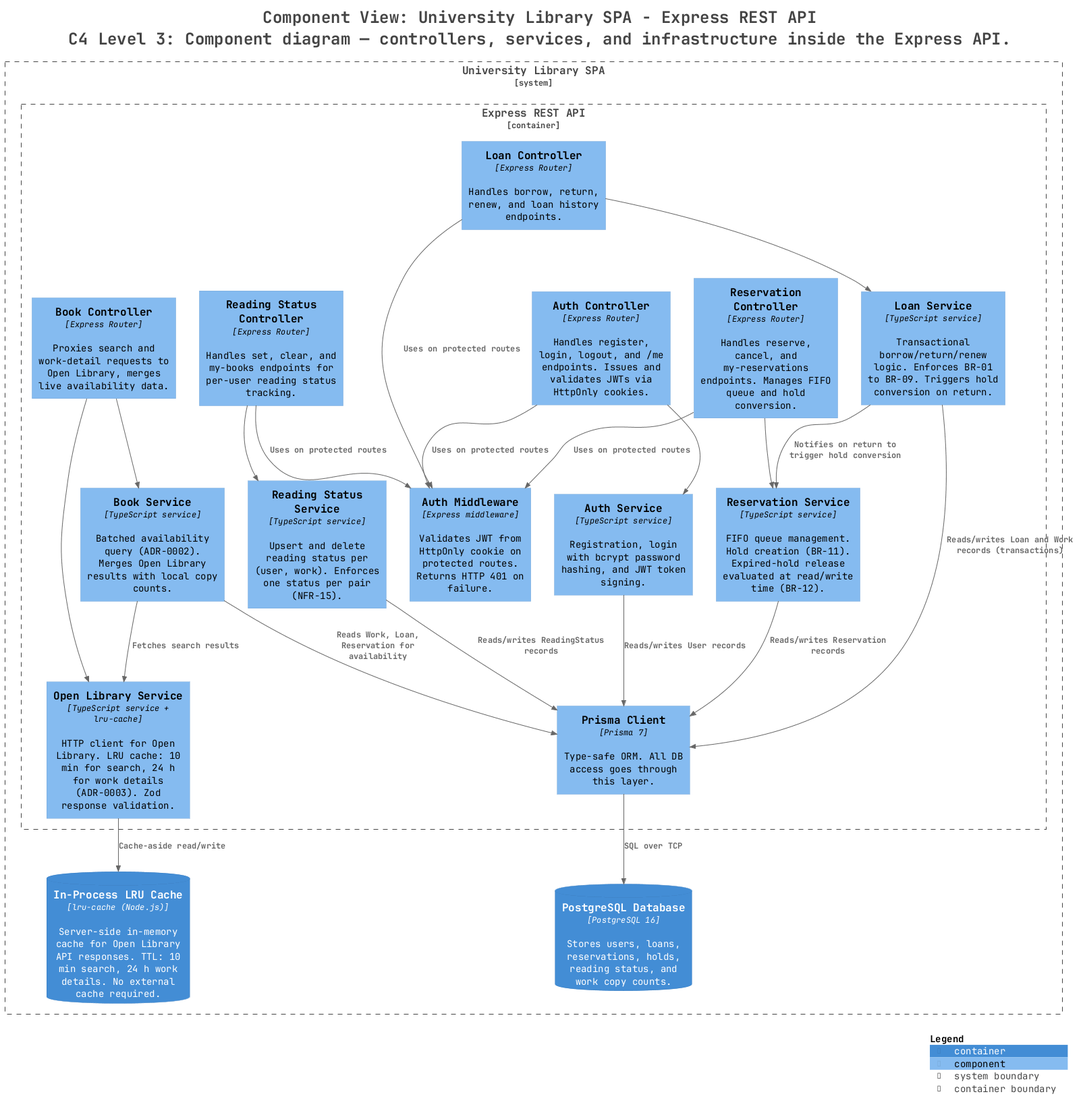
Before: docs/architecture/diagrams/structurizr-ApiComponents.png, a diagram exported from PlantUML (Catriel42/university-library).
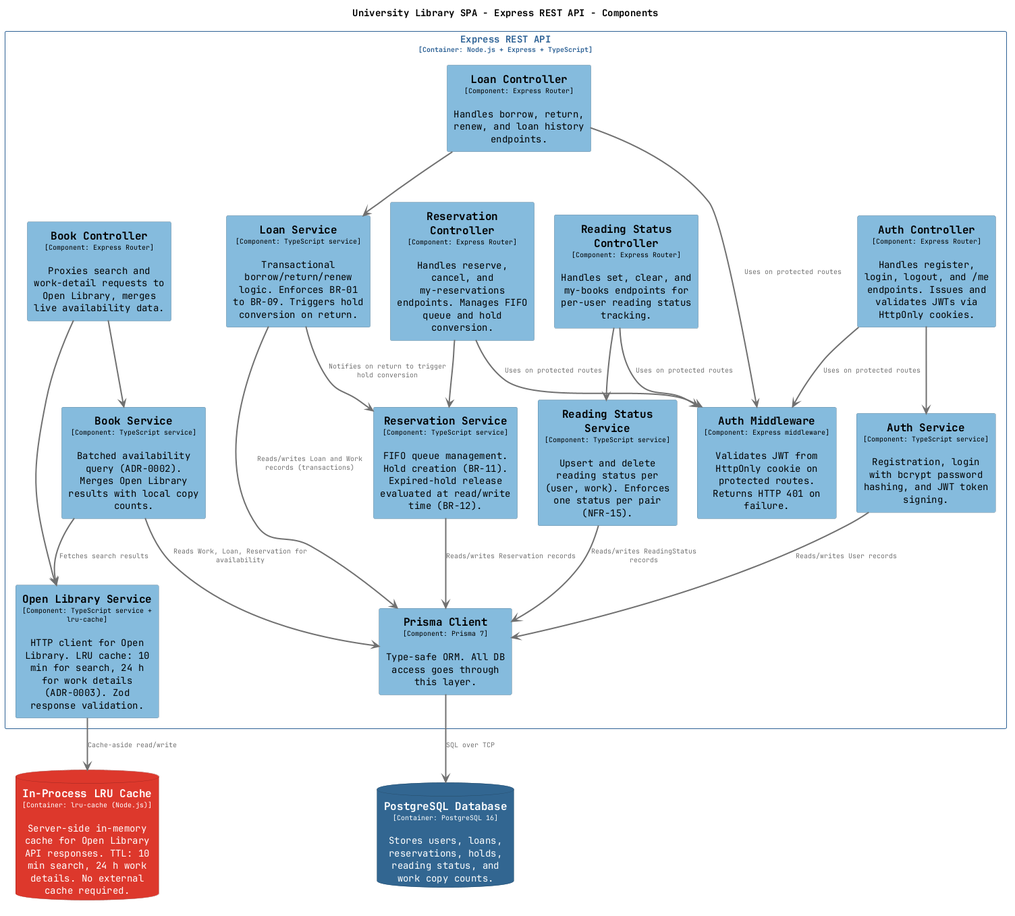
The same diagram one commit later.

What changed in the source:
```diff
@@ -1,62 +1,152 @@
 @startuml
-title <size:24>Component View: University Library SPA - Express REST API</size>\n<size:24>C4 Level 3: Component diagram — controllers, services, and infrastructure inside the Express API.</size>
+set separator none
+title University Library SPA - Express REST API - Components
 
-set separator none
 top to bottom direction
+skinparam ranksep 60
+skinparam nodesep 30
 
-<style>
-  root {
-    BackgroundColor: #ffffff
-    FontColor: #444444
-  }
-</style>
-
-!include <C4/C4>
-!include <C4/C4_Context>
-!include <C4/C4_Container>
-!include <C4/C4_Component>
-
-System_Boundary("UniversityLibrarySPA_boundary", "University Library SPA", $tags="") {
-  Container_Boundary("UniversityLibrarySPA.ExpressRESTAPI_boundary", "Express REST API", $tags="") {
-    Component(UniversityLibrarySPA.ExpressRESTAPI.ReservationController, "Reservation Controller", $techn="Express Router", $descr="Handles reserve, cancel, and my-reservations endpoints. Manages FIFO queue and hold conversion.", $tags="", $link="")
-    Component(UniversityLibrarySPA.ExpressRESTAPI.ReadingStatusController, "Reading Status Controller", $techn="Express Router", $descr="Handles set, clear, and my-books endpoints for per-user reading status tracking.", $tags="", $link="")
-    Component(UniversityLibrarySPA.ExpressRESTAPI.AuthService, "Auth Service", $techn="TypeScript service", $descr="Registration, login with bcrypt password hashing, and JWT token signing.", $tags="", $link="")
-    Component(UniversityLibrarySPA.ExpressRESTAPI.BookService, "Book Service", $techn="TypeScript service", $descr="Batched availability query (ADR-0002). Merges Open Library results with local copy counts.", $tags="", $link="")
-    Component(UniversityLibrarySPA.ExpressRESTAPI.LoanService, "Loan Service", $techn="TypeScript service", $descr="Transactional borrow/return/renew logic. Enforces BR-01 to BR-09. Triggers hold conversion on return.", $tags="", $link="")
-    Component(UniversityLibrarySPA.ExpressRESTAPI.ReservationService, "Reservation Service", $techn="TypeScript service", $descr="FIFO queue management. Hold creation (BR-11). Expired-hold release evaluated at read/write time (BR-12).", $tags="", $link="")
-    Component(UniversityLibrarySPA.ExpressRESTAPI.ReadingStatusService, "Reading Status Service", $techn="TypeScript service", $descr="Upsert and delete reading status per (user, work). Enforces one status per pair (NFR-15).", $tags="", $link="")
-    Component(UniversityLibrarySPA.ExpressRESTAPI.OpenLibraryService, "Open Library Service", $techn="TypeScript service + lru-cache", $descr="HTTP client for Open Library. LRU cache: 10 min for search, 24 h for work details (ADR-0003). Zod response validation.", $tags="", $link="")
-    Component(UniversityLibrarySPA.ExpressRESTAPI.AuthMiddleware, "Auth Middleware", $techn="Express middleware", $descr="Validates JWT from HttpOnly cookie on protected routes. Returns HTTP 401 on failure.", $tags="", $link="")
-    Component(UniversityLibrarySPA.ExpressRESTAPI.PrismaClient, "Prisma Client", $techn="Prisma 7", $descr="Type-safe ORM. All DB access goes through this layer.", $tags="", $link="")
-    Component(UniversityLibrarySPA.ExpressRESTAPI.AuthController, "Auth Controller", $techn="Express Router", $descr="Handles register, login, logout, and /me endpoints. Issues and validates JWTs via HttpOnly cookies.", $tags="", $link="")
-    Component(UniversityLibrarySPA.ExpressRESTAPI.BookController, "Book Controller", $techn="Express Router", $descr="Proxies search and work-detail requests to Open Library, merges live availability data.", $tags="", $link="")
-    Component(UniversityLibrarySPA.ExpressRESTAPI.LoanController, "Loan Controller", $techn="Express Router", $descr="Handles borrow, return, renew, and loan history endpoints.", $tags="", $link="")
-  }
-
-  ContainerDb(UniversityLibrarySPA.PostgreSQLDatabase, "PostgreSQL Database", $techn="PostgreSQL 16", $descr="Stores users, loans, reservations, holds, reading status, and work copy counts.", $tags="", $link="")
-  ContainerDb(UniversityLibrarySPA.InProcessLRUCache, "In-Process LRU Cache", $techn="lru-cache (Node.js)", $descr="Server-side in-memory cache for Open Library API responses. TTL: 10 min search, 24 h work details. No external cache required.", $tags="", $link="")
+skinparam {
+  arrowFontSize 10
+  defaultTextAlignment center
+  wrapWidth 200
+  maxMessageSize 100
 }
 
-Rel(UniversityLibrarySPA.ExpressRESTAPI.AuthController, UniversityLibrarySPA.ExpressRESTAPI.AuthService, "", $techn="", $tags="", $link="")
-Rel(UniversityLibrarySPA.ExpressRESTAPI.BookController, UniversityLibrarySPA.ExpressRESTAPI.BookService, "", $techn="", $tags="", $link="")
-Rel(UniversityLibrarySPA.ExpressRESTAPI.BookController, UniversityLibrarySPA.ExpressRESTAPI.OpenLibraryService, "", $techn="", $tags="", $link="")
-Rel(UniversityLibrarySPA.ExpressRESTAPI.LoanController, UniversityLibrarySPA.ExpressRESTAPI.LoanService, "", $techn="", $tags="", $link="")
-Rel(UniversityLibrarySPA.ExpressRESTAPI.ReservationController, UniversityLibrarySPA.ExpressRESTAPI.ReservationService, "", $techn="", $tags="", $link="")
-Rel(UniversityLibrarySPA.ExpressRESTAPI.ReadingStatusController, UniversityLibrarySPA.ExpressRESTAPI.ReadingStatusService, "", $techn="", $tags="", $link="")
-Rel(UniversityLibrarySPA.ExpressRESTAPI.AuthService, UniversityLibrarySPA.ExpressRESTAPI.PrismaClient, "Reads/writes User records", $techn="", $tags="", $link="")
-Rel(UniversityLibrarySPA.ExpressRESTAPI.BookService, UniversityLibrarySPA.ExpressRESTAPI.PrismaClient, "Reads Work, Loan, Reservation for availability", $techn="", $tags="", $link="")
-Rel(UniversityLibrarySPA.ExpressRESTAPI.BookService, UniversityLibrarySPA.ExpressRESTAPI.OpenLibraryService, "Fetches search results", $techn="", $tags="", $link="")
-Rel(UniversityLibrarySPA.ExpressRESTAPI.LoanService, UniversityLibrarySPA.ExpressRESTAPI.PrismaClient, "Reads/writes Loan and Work records (transactions)", $techn="", $tags="", $link="")
-Rel(UniversityLibrarySPA.ExpressRESTAPI.LoanService, UniversityLibrarySPA.ExpressRESTAPI.ReservationService, "Notifies on return to trigger hold conversion", $techn="", $tags="", $link="")
-Rel(UniversityLibrarySPA.ExpressRESTAPI.ReservationService, UniversityLibrarySPA.ExpressRESTAPI.PrismaClient, "Reads/writes Reservation records", $techn="", $tags="", $link="")
-Rel(UniversityLibrarySPA.ExpressRESTAPI.ReadingStatusService, UniversityLibrarySPA.ExpressRESTAPI.PrismaClient, "Reads/writes ReadingStatus records", $techn="", $tags="", $link="")
-Rel(UniversityLibrarySPA.ExpressRESTAPI.OpenLibraryService, UniversityLibrarySPA.InProcessLRUCache, "Cache-aside read/write", $techn="", $tags="", $link="")
-Rel(UniversityLibrarySPA.ExpressRESTAPI.AuthController, UniversityLibrarySPA.ExpressRESTAPI.AuthMiddleware, "Uses on protected routes", $techn="", $tags="", $link="")
-Rel(UniversityLibrarySPA.ExpressRESTAPI.LoanController, UniversityLibrarySPA.ExpressRESTAPI.AuthMiddleware, "Uses on protected routes", $techn="", $tags="", $link="")
-Rel(UniversityLibrarySPA.ExpressRESTAPI.ReservationController, UniversityLibrarySPA.ExpressRESTAPI.AuthMiddleware, "Uses on protected routes", $techn="", $tags="", $link="")
-Rel(UniversityLibrarySPA.ExpressRESTAPI.ReadingStatusController, UniversityLibrarySPA.ExpressRESTAPI.AuthMiddleware, "Uses on protected routes", $techn="", $tags="", $link="")
-Rel(UniversityLibrarySPA.ExpressRESTAPI.PrismaClient, UniversityLibrarySPA.PostgreSQLDatabase, "SQL over TCP", $techn="", $tags="", $link="")
+hide stereotype
 
-SHOW_LEGEND(true)
-hide stereotypes
+skinparam rectangle<<UniversityLibrarySPA.ExpressRESTAPI.AuthController>> {
+  BackgroundColor #85bbdd
+  FontColor #000000
+  BorderColor #5d829a
+  shadowing false
+}
+skinparam rectangle<<UniversityLibrarySPA.ExpressRESTAPI.AuthMiddleware>> {
+  BackgroundColor #85bbdd
+  FontColor #000000
+  BorderColor #5d829a
+  shadowing false
+}
+skinparam rectangle<<UniversityLibrarySPA.ExpressRESTAPI.AuthService>> {
+  BackgroundColor #85bbdd
+  FontColor #000000
+  BorderColor #5d829a
+  shadowing false
+}
+skinparam rectangle<<UniversityLibrarySPA.ExpressRESTAPI.BookController>> {
+  BackgroundColor #85bbdd
+  FontColor #000000
+  BorderColor #5d829a
+  shadowing false
+}
+skinparam rectangle<<UniversityLibrarySPA.ExpressRESTAPI.BookService>> {
+  BackgroundColor #85bbdd
+  FontColor #000000
+  BorderColor #5d829a
+  shadowing false
+}
+skinparam database<<UniversityLibrarySPA.InProcessLRUCache>> {
+  BackgroundColor #dc382d
+  FontColor #ffffff
+  BorderColor #9a271f
+  shadowing false
+}
+skinparam rectangle<<UniversityLibrarySPA.ExpressRESTAPI.LoanController>> {
+  BackgroundColor #85bbdd
+  FontColor #000000
+  BorderColor #5d829a
+  shadowing false
+}
+skinparam rectangle<<UniversityLibrarySPA.ExpressRESTAPI.LoanService>> {
+  BackgroundColor #85bbdd
+  FontColor #000000
+  BorderColor #5d829a
+  shadowing false
+}
+skinparam rectangle<<UniversityLibrarySPA.ExpressRESTAPI.OpenLibraryService>> {
+  BackgroundColor #85bbdd
+  FontColor #000000
+  BorderColor #5d829a
+  shadowing false
+}
+skinparam database<<UniversityLibrarySPA.PostgreSQLDatabase>> {
+  BackgroundColor #336791
+  FontColor #ffffff
+  BorderColor #234865
+  shadowing false
+}
+skinparam rectangle<<UniversityLibrarySPA.ExpressRESTAPI.PrismaClient>> {
+  BackgroundColor #85bbdd
+  FontColor #000000
+  BorderColor #5d829a
+  shadowing false
+}
+skinparam rectangle<<UniversityLibrarySPA.ExpressRESTAPI.ReadingStatusController>> {
+  BackgroundColor #85bbdd
+  FontColor #000000
+  BorderColor #5d829a
+  shadowing false
+}
+skinparam rectangle<<UniversityLibrarySPA.ExpressRESTAPI.ReadingStatusService>> {
+  BackgroundColor #85bbdd
+  FontColor #000000
+  BorderColor #5d829a
+  shadowing false
+}
+skinparam rectangle<<UniversityLibrarySPA.ExpressRESTAPI.ReservationController>> {
+  BackgroundColor #85bbdd
+  FontColor #000000
+  BorderColor #5d829a
+  shadowing false
+}
+skinparam rectangle<<UniversityLibrarySPA.ExpressRESTAPI.ReservationService>> {
+  BackgroundColor #85bbdd
+  FontColor #000000
+  BorderColor #5d829a
+  shadowing false
+}
+skinparam rectangle<<UniversityLibrarySPA.ExpressRESTAPI>> {
+  BorderColor #2e6295
+  FontColor #2e6295
+  shadowing false
+}
+
+database "==PostgreSQL Database\n<size:10>[Container: PostgreSQL 16]</size>\n\nStores users, loans, reservations, holds, reading status, and work copy counts." <<UniversityLibrarySPA.PostgreSQLDatabase>> as UniversityLibrarySPA.PostgreSQLDatabase
+database "==In-Process LRU Cache\n<size:10>[Container: lru-cache (Node.js)]</size>\n\nServer-side in-memory cache for Open Library API responses. TTL: 10 min search, 24 h work details. No external cache required." <<UniversityLibrarySPA.InProcessLRUCache>> as UniversityLibrarySPA.InProcessLRUCache
+
+rectangle "Express REST API\n<size:10>[Container: Node.js + Express + TypeScript]</size>" <<UniversityLibrarySPA.ExpressRESTAPI>> {
+  rectangle "==Auth Controller\n<size:10>[Component: Express Router]</size>\n\nHandles register, login, logout, and /me endpoints. Issues and validates JWTs via HttpOnly cookies." <<UniversityLibrarySPA.ExpressRESTAPI.AuthController>> as UniversityLibrarySPA.ExpressRESTAPI.AuthController
+  rectangle "==Book Controller\n<size:10>[Component: Express Router]</size>\n\nProxies search and work-detail requests to Open Library, merges live availability data." <<UniversityLibrarySPA.ExpressRESTAPI.BookController>> as UniversityLibrarySPA.ExpressRESTAPI.BookController
+  rectangle "==Loan Controller\n<size:10>[Component: Express Router]</size>\n\nHandles borrow, return, renew, and loan history endpoints." <<UniversityLibrarySPA.ExpressRESTAPI.LoanController>> as UniversityLibrarySPA.ExpressRESTAPI.LoanController
+  rectangle "==Reservation Controller\n<size:10>[Component: Express Router]</size>\n\nHandles reserve, cancel, and my-reservations endpoints. Manages FIFO queue and hold conversion." <<UniversityLibrarySPA.ExpressRESTAPI.ReservationController>> as UniversityLibrarySPA.ExpressRESTAPI.ReservationController
+  rectangle "==Reading Status Controller\n<size:10>[Component: Express Router]</size>\n\nHandles set, clear, and my-books endpoints for per-user reading status tracking." <<UniversityLibrarySPA.ExpressRESTAPI.ReadingStatusController>> as UniversityLibrarySPA.ExpressRESTAPI.ReadingStatusController
+  rectangle "==Auth Service\n<size:10>[Component: TypeScript service]</size>\n\nRegistration, login with bcrypt password hashing, and JWT token signing." <<UniversityLibrarySPA.ExpressRESTAPI.AuthService>> as UniversityLibrarySPA.ExpressRESTAPI.AuthService
+  rectangle "==Book Service\n<size:10>[Component: TypeScript service]</size>\n\nBatched availability query (ADR-0002). Merges Open Library results with local copy counts." <<UniversityLibrarySPA.ExpressRESTAPI.BookService>> as UniversityLibrarySPA.ExpressRESTAPI.BookService
+  rectangle "==Loan Service\n<size:10>[Component: TypeScript service]</size>\n\nTransactional borrow/return/renew logic. Enforces BR-01 to BR-09. Triggers hold conversion on return." <<UniversityLibrarySPA.ExpressRESTAPI.LoanService>> as UniversityLibrarySPA.ExpressRESTAPI.LoanService
+  rectangle "==Reservation Service\n<size:10>[Component: TypeScript service]</size>\n\nFIFO queue management. Hold creation (BR-11). Expired-hold release evaluated at read/write time (BR-12)." <<UniversityLibrarySPA.ExpressRESTAPI.ReservationService>> as UniversityLibrarySPA.ExpressRESTAPI.ReservationService
+  rectangle "==Reading Status Service\n<size:10>[Component: TypeScript service]</size>\n\nUpsert and delete reading status per (user, work). Enforces one status per pair (NFR-15)." <<UniversityLibrarySPA.ExpressRESTAPI.ReadingStatusService>> as UniversityLibrarySPA.ExpressRESTAPI.ReadingStatusService
+  rectangle "==Open Library Service\n<size:10>[Component: TypeScript service + lru-cache]</size>\n\nHTTP client for Open Library. LRU cache: 10 min for search, 24 h for work details (ADR-0003). Zod response validation." <<UniversityLibrarySPA.ExpressRESTAPI.OpenLibraryService>> as UniversityLibrarySPA.ExpressRESTAPI.OpenLibraryService
+  rectangle "==Auth Middleware\n<size:10>[Component: Express middleware]</size>\n\nValidates JWT from HttpOnly cookie on protected routes. Returns HTTP 401 on failure." <<UniversityLibrarySPA.ExpressRESTAPI.AuthMiddleware>> as UniversityLibrarySPA.ExpressRESTAPI.AuthMiddleware
+  rectangle "==Prisma Client\n<size:10>[Component: Prisma 7]</size>\n\nType-safe ORM. All DB access goes through this layer." <<UniversityLibrarySPA.ExpressRESTAPI.PrismaClient>> as UniversityLibrarySPA.ExpressRESTAPI.PrismaClient
+}
+
+UniversityLibrarySPA.ExpressRESTAPI.AuthController -[#707070,thickness=2]-> UniversityLibrarySPA.ExpressRESTAPI.AuthService : "<color:#707070>"
+UniversityLibrarySPA.ExpressRESTAPI.BookController -[#707070,thickness=2]-> UniversityLibrarySPA.ExpressRESTAPI.BookService : "<color:#707070>"
+UniversityLibrarySPA.ExpressRESTAPI.BookController -[#707070,thickness=2]-> UniversityLibrarySPA.ExpressRESTAPI.OpenLibraryService : "<color:#707070>"
+UniversityLibrarySPA.ExpressRESTAPI.LoanController -[#707070,thickness=2]-> UniversityLibrarySPA.ExpressRESTAPI.LoanService : "<color:#707070>"
+UniversityLibrarySPA.ExpressRESTAPI.ReservationController -[#707070,thickness=2]-> UniversityLibrarySPA.ExpressRESTAPI.ReservationService : "<color:#707070>"
+UniversityLibrarySPA.ExpressRESTAPI.ReadingStatusController -[#707070,thickness=2]-> UniversityLibrarySPA.ExpressRESTAPI.ReadingStatusService : "<color:#707070>"
+UniversityLibrarySPA.ExpressRESTAPI.AuthService -[#707070,thickness=2]-> UniversityLibrarySPA.ExpressRESTAPI.PrismaClient : "<color:#707070>Reads/writes User records"
+UniversityLibrarySPA.ExpressRESTAPI.BookService -[#707070,thickness=2]-> UniversityLibrarySPA.ExpressRESTAPI.PrismaClient : "<color:#707070>Reads Work, Loan, Reservation for availability"
+UniversityLibrarySPA.ExpressRESTAPI.BookService -[#707070,thickness=2]-> UniversityLibrarySPA.ExpressRESTAPI.OpenLibraryService : "<color:#707070>Fetches search results"
+UniversityLibrarySPA.ExpressRESTAPI.LoanService -[#707070,thickness=2]-> UniversityLibrarySPA.ExpressRESTAPI.PrismaClient : "<color:#707070>Reads/writes Loan and Work records (transactions)"
+UniversityLibrarySPA.ExpressRESTAPI.LoanService -[#707070,thickness=2]-> UniversityLibrarySPA.ExpressRESTAPI.ReservationService : "<color:#707070>Notifies on return to trigger hold conversion"
+UniversityLibrarySPA.ExpressRESTAPI.ReservationService -[#707070,thickness=2]-> UniversityLibrarySPA.ExpressRESTAPI.PrismaClient : "<color:#707070>Reads/writes Reservation records"
+UniversityLibrarySPA.ExpressRESTAPI.ReadingStatusService -[#707070,thickness=2]-> UniversityLibrarySPA.ExpressRESTAPI.PrismaClient : "<color:#707070>Reads/writes ReadingStatus records"
+UniversityLibrarySPA.ExpressRESTAPI.OpenLibraryService -[#707070,thickness=2]-> UniversityLibrarySPA.InProcessLRUCache : "<color:#707070>Cache-aside read/write"
+UniversityLibrarySPA.ExpressRESTAPI.AuthController -[#707070,thickness=2]-> UniversityLibrarySPA.ExpressRESTAPI.AuthMiddleware : "<color:#707070>Uses on protected routes"
+UniversityLibrarySPA.ExpressRESTAPI.LoanController -[#707070,thickness=2]-> UniversityLibrarySPA.ExpressRESTAPI.AuthMiddleware : "<color:#707070>Uses on protected routes"
+UniversityLibrarySPA.ExpressRESTAPI.ReservationController -[#707070,thickness=2]-> UniversityLibrarySPA.ExpressRESTAPI.AuthMiddleware : "<color:#707070>Uses on protected routes"
+UniversityLibrarySPA.ExpressRESTAPI.ReadingStatusController -[#707070,thickness=2]-> UniversityLibrarySPA.ExpressRESTAPI.AuthMiddleware : "<color:#707070>Uses on protected routes"
+UniversityLibrarySPA.ExpressRESTAPI.PrismaClient -[#707070,thickness=2]-> UniversityLibrarySPA.PostgreSQLDatabase : "<color:#707070>SQL over TCP"
 @enduml
```
